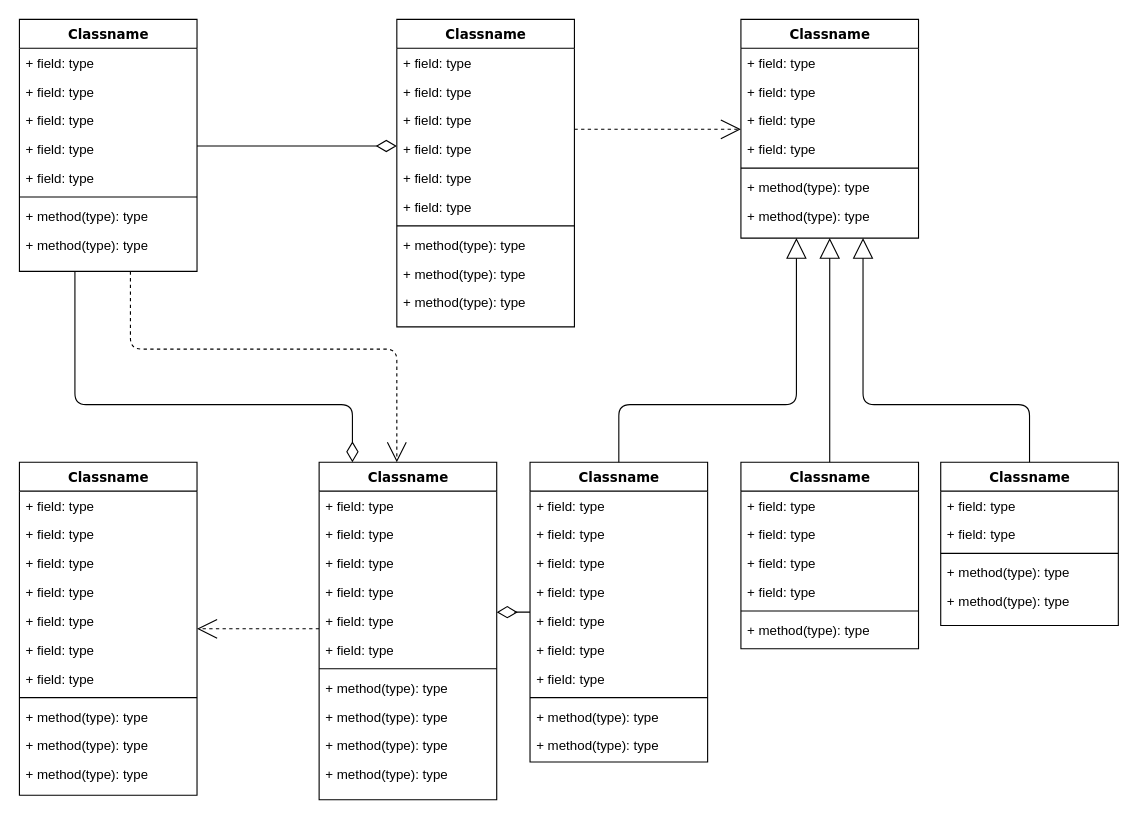
This is Flowchart Diagram.drawio from fraolb/wallet_design, a draw.io file, before an edit. Source tidied: cells renumbered, new cells numbered last; positions are measured from the earlier drawing's top-left corner, leaving out a move shared by most shapes. Both pictures are drawn from the tidied source at 111%, with x=0, y=0 at pixel (19, 19).
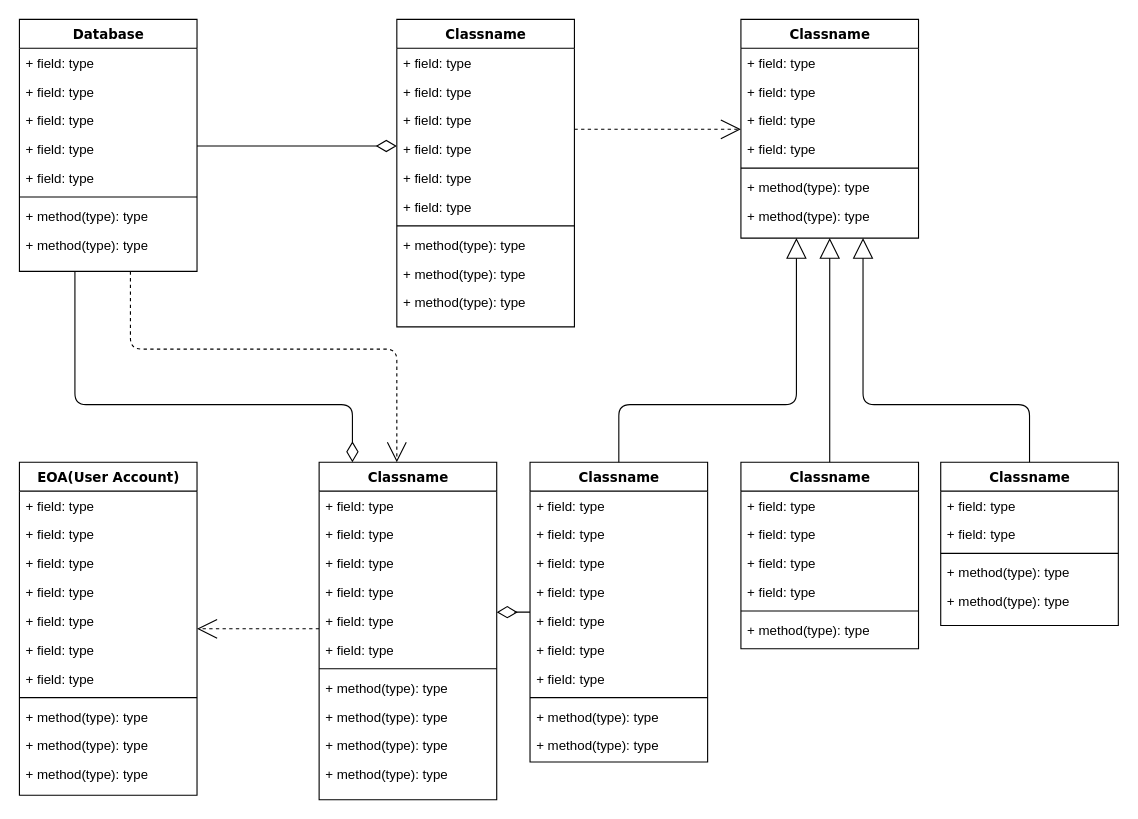
The same diagram, later.

The edit, as a diff of the source:
```diff
@@
-    <mxCell id="4" value="Classname" style="swimlane;html=1;fontStyle=1;align=center;verticalAlign=top;horizontal=1;startSize=26;swimlaneFillColor=#ffffff;rounded=0;shadow=0;comic=0;labelBackgroundColor=none;strokeWidth=1;fillColor=none;fontFamily=Verdana;fontSize=12;" parent="1" vertex="1">
+    <mxCell id="4" value="Database" style="swimlane;html=1;fontStyle=1;align=center;verticalAlign=top;horizontal=1;startSize=26;swimlaneFillColor=#ffffff;rounded=0;shadow=0;comic=0;labelBackgroundColor=none;strokeWidth=1;fillColor=none;fontFamily=Verdana;fontSize=12;" parent="1" vertex="1">
       <mxGeometry width="160" height="227" as="geometry" />
     </mxCell>
@@
-    <mxCell id="34" value="Classname" style="swimlane;html=1;fontStyle=1;align=center;verticalAlign=top;horizontal=1;startSize=26;swimlaneFillColor=#ffffff;rounded=0;shadow=0;comic=0;labelBackgroundColor=none;strokeWidth=1;fillColor=none;fontFamily=Verdana;fontSize=12;" parent="1" vertex="1">
+    <mxCell id="34" value="EOA(User Account)" style="swimlane;html=1;fontStyle=1;align=center;verticalAlign=top;horizontal=1;startSize=26;swimlaneFillColor=#ffffff;rounded=0;shadow=0;comic=0;labelBackgroundColor=none;strokeWidth=1;fillColor=none;fontFamily=Verdana;fontSize=12;" parent="1" vertex="1">
       <mxGeometry y="399" width="160" height="300" as="geometry" />
     </mxCell>
```
